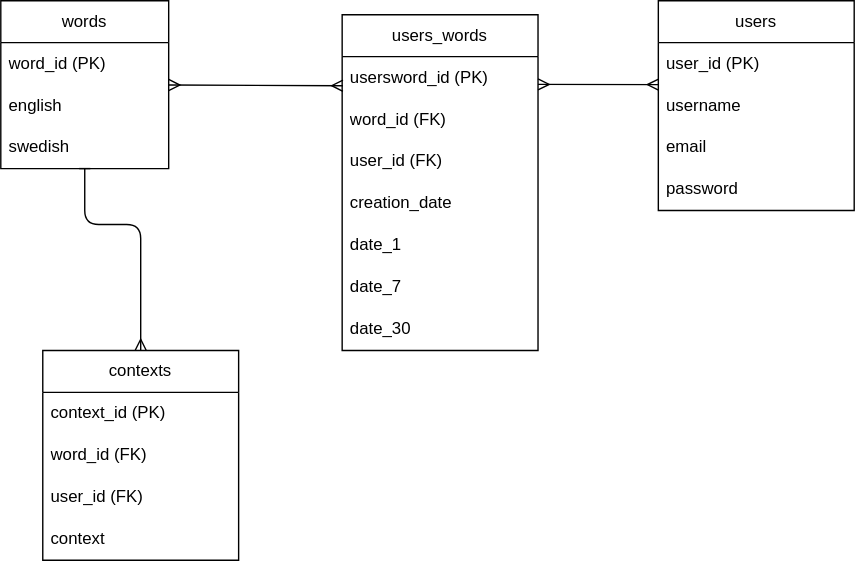
The draw.io diagram backend/diagram-mongodb.drawio.svg in ClaraPrioux/u09---MemoLang, before a commit. Source tidied: cells renumbered, new cells last; positions are measured from the earlier drawing's top-left corner, leaving out a move shared by most shapes.
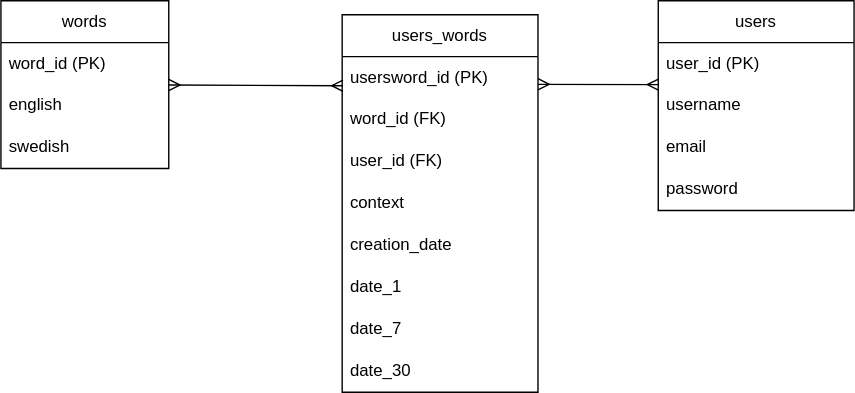
Above is the later version.

What changed in the source:
```diff
@@ -18,7 +18,7 @@
       <mxGeometry y="90" width="120" height="30" as="geometry" />
     </mxCell>
     <mxCell id="7" value="users_words" style="swimlane;fontStyle=0;horizontal=1;startSize=30;whiteSpace=wrap;html=1;" parent="1" vertex="1">
-      <mxGeometry x="244" y="10" width="140" height="240" as="geometry" />
+      <mxGeometry x="244" y="10" width="140" height="270" as="geometry" />
     </mxCell>
     <mxCell id="8" value="usersword_id (PK)&lt;span style=&quot;color: rgba(0, 0, 0, 0); font-family: monospace; font-size: 0px;&quot;&gt;%3CmxGraphModel%3E%3Croot%3E%3CmxCell%20id%3D%220%22%2F%3E%3CmxCell%20id%3D%221%22%20parent%3D%220%22%2F%3E%3CmxCell%20id%3D%222%22%20value%3D%22word_id%22%20style%3D%22text%3BstrokeColor%3Dnone%3BfillColor%3Dnone%3Balign%3Dleft%3BverticalAlign%3Dmiddle%3BspacingLeft%3D4%3BspacingRight%3D4%3Boverflow%3Dhidden%3Bpoints%3D%5B%5B0%2C0.5%5D%2C%5B1%2C0.5%5D%5D%3BportConstraint%3Deastwest%3Brotatable%3D0%3BwhiteSpace%3Dwrap%3Bhtml%3D1%3B%22%20vertex%3D%221%22%20parent%3D%221%22%3E%3CmxGeometry%20x%3D%22344%22%20y%3D%22240%22%20width%3D%22140%22%20height%3D%2230%22%20as%3D%22geometry%22%2F%3E%3C%2FmxCell%3E%3C%2Froot%3E%3C%2FmxGraphModel%3E&lt;/span&gt;" style="text;strokeColor=none;fillColor=none;align=left;verticalAlign=middle;spacingLeft=4;spacingRight=4;overflow=hidden;points=[[0,0.5],[1,0.5]];portConstraint=eastwest;whiteSpace=wrap;html=1;" parent="7" vertex="1">
       <mxGeometry y="30" width="140" height="30" as="geometry" />
@@ -29,17 +29,20 @@
     <mxCell id="10" value="user_id (FK)" style="text;strokeColor=none;fillColor=none;align=left;verticalAlign=middle;spacingLeft=4;spacingRight=4;overflow=hidden;whiteSpace=wrap;html=1;" parent="7" vertex="1">
       <mxGeometry y="90" width="140" height="30" as="geometry" />
     </mxCell>
+    <mxCell id="24" value="context" style="text;strokeColor=none;fillColor=none;align=left;verticalAlign=middle;spacingLeft=4;spacingRight=4;overflow=hidden;whiteSpace=wrap;html=1;" parent="7" vertex="1">
+      <mxGeometry y="120" width="140" height="30" as="geometry" />
+    </mxCell>
     <mxCell id="11" value="creation_date" style="text;strokeColor=none;fillColor=none;align=left;verticalAlign=middle;spacingLeft=4;spacingRight=4;overflow=hidden;whiteSpace=wrap;html=1;" parent="7" vertex="1">
-      <mxGeometry y="120" width="140" height="30" as="geometry" />
+      <mxGeometry y="150" width="140" height="30" as="geometry" />
     </mxCell>
     <mxCell id="12" value="date_1" style="text;strokeColor=none;fillColor=none;align=left;verticalAlign=middle;spacingLeft=4;spacingRight=4;overflow=hidden;whiteSpace=wrap;html=1;" parent="7" vertex="1">
-      <mxGeometry y="150" width="140" height="30" as="geometry" />
+      <mxGeometry y="180" width="140" height="30" as="geometry" />
     </mxCell>
     <mxCell id="13" value="date_7" style="text;strokeColor=none;fillColor=none;align=left;verticalAlign=middle;spacingLeft=4;spacingRight=4;overflow=hidden;whiteSpace=wrap;html=1;" parent="7" vertex="1">
-      <mxGeometry y="180" width="140" height="30" as="geometry" />
+      <mxGeometry y="210" width="140" height="30" as="geometry" />
     </mxCell>
     <mxCell id="14" value="date_30" style="text;strokeColor=none;fillColor=none;align=left;verticalAlign=middle;spacingLeft=4;spacingRight=4;overflow=hidden;whiteSpace=wrap;html=1;" parent="7" vertex="1">
-      <mxGeometry y="210" width="140" height="30" as="geometry" />
+      <mxGeometry y="240" width="140" height="30" as="geometry" />
     </mxCell>
     <mxCell id="15" value="users" style="swimlane;fontStyle=0;horizontal=1;startSize=30;whiteSpace=wrap;html=1;" parent="1" vertex="1">
       <mxGeometry x="470" width="140" height="150" as="geometry" />
@@ -56,33 +59,10 @@
     <mxCell id="19" value="password" style="text;strokeColor=none;fillColor=none;align=left;verticalAlign=middle;spacingLeft=4;spacingRight=4;overflow=hidden;whiteSpace=wrap;html=1;" parent="15" vertex="1">
       <mxGeometry y="120" width="140" height="30" as="geometry" />
     </mxCell>
-    <mxCell id="20" value="contexts" style="swimlane;fontStyle=0;horizontal=1;startSize=30;whiteSpace=wrap;html=1;" parent="1" vertex="1">
-      <mxGeometry x="30" y="250" width="140" height="150" as="geometry" />
-    </mxCell>
-    <mxCell id="21" value="context_id (PK)" style="text;strokeColor=none;fillColor=none;align=left;verticalAlign=middle;spacingLeft=4;spacingRight=4;overflow=hidden;whiteSpace=wrap;html=1;" parent="20" vertex="1">
-      <mxGeometry y="30" width="140" height="30" as="geometry" />
-    </mxCell>
-    <mxCell id="22" value="word_id (FK)" style="text;strokeColor=none;fillColor=none;align=left;verticalAlign=middle;spacingLeft=4;spacingRight=4;overflow=hidden;whiteSpace=wrap;html=1;" parent="20" vertex="1">
-      <mxGeometry y="60" width="140" height="30" as="geometry" />
-    </mxCell>
-    <mxCell id="23" value="user_id (FK)" style="text;strokeColor=none;fillColor=none;align=left;verticalAlign=middle;spacingLeft=4;spacingRight=4;overflow=hidden;whiteSpace=wrap;html=1;" parent="20" vertex="1">
-      <mxGeometry y="90" width="140" height="30" as="geometry" />
-    </mxCell>
-    <mxCell id="24" value="context" style="text;strokeColor=none;fillColor=none;align=left;verticalAlign=middle;spacingLeft=4;spacingRight=4;overflow=hidden;whiteSpace=wrap;html=1;" parent="20" vertex="1">
-      <mxGeometry y="120" width="140" height="30" as="geometry" />
-    </mxCell>
     <mxCell id="25" style="edgeStyle=none;html=1;startArrow=ERmany;startFill=0;endArrow=ERmany;endFill=0;entryX=0.001;entryY=0;entryDx=0;entryDy=0;entryPerimeter=0;" parent="1" edge="1" target="17">
       <mxGeometry relative="1" as="geometry">
         <mxPoint x="384" y="59.8" as="sourcePoint" />
       </mxGeometry>
     </mxCell>
-    <mxCell id="26" style="edgeStyle=none;html=1;startArrow=baseDash;startFill=0;endArrow=ERmany;endFill=0;entryX=0.5;entryY=0;entryDx=0;entryDy=0;" parent="1" edge="1" source="6" target="20">
-      <mxGeometry relative="1" as="geometry">
-        <Array as="points">
-          <mxPoint x="60" y="160" />
-          <mxPoint x="100" y="160" />
-        </Array>
-      </mxGeometry>
-    </mxCell>
   </root>
 </mxGraphModel>
```
